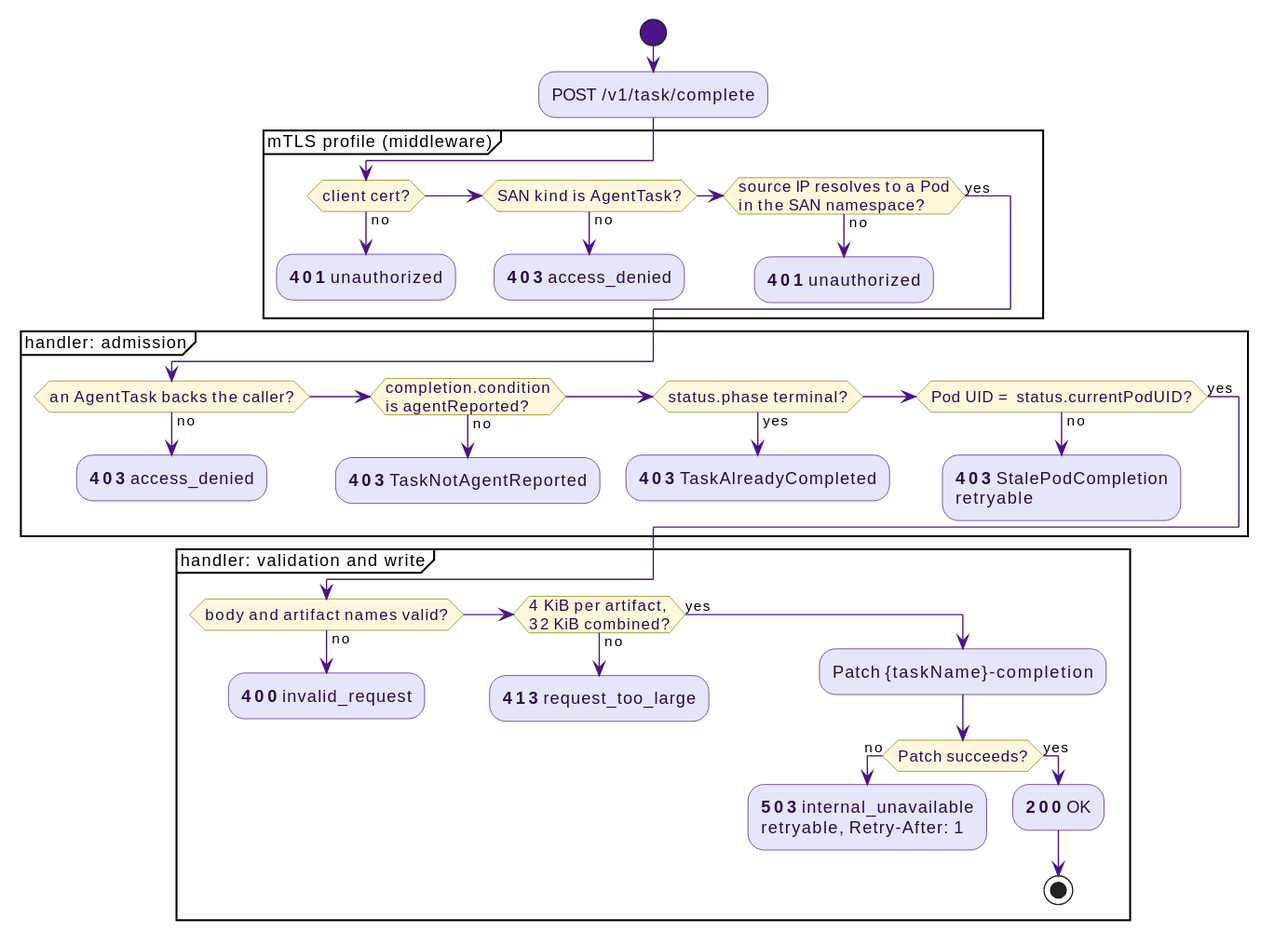
Before: docs/src/diagrams/task-completion-gates.svg, a diagram exported from PlantUML (win07xp/kaalm). The source it was exported from:
```plantuml
@startuml
!include _style.puml

start
:POST /v1/task/complete;

partition "mTLS profile (middleware)" {
  if (client cert?) then (no)
    :**401** unauthorized;
    kill
  elseif (SAN kind is AgentTask?) then (no)
    :**403** access_denied;
    kill
  elseif (source IP resolves to a Pod\nin the SAN namespace?) then (no)
    :**401** unauthorized;
    kill
  else (yes)
  endif
}

partition "handler: admission" {
  if (an AgentTask backs the caller?) then (no)
    :**403** access_denied;
    kill
  elseif (completion.condition\nis agentReported?) then (no)
    :**403** TaskNotAgentReported;
    kill
  elseif (status.phase terminal?) then (yes)
    :**403** TaskAlreadyCompleted;
    kill
  elseif (Pod UID = status.currentPodUID?) then (no)
    :**403** StalePodCompletion\nretryable;
    kill
  else (yes)
  endif
}

partition "handler: validation and write" {
  if (body and artifact names valid?) then (no)
    :**400** invalid_request;
    kill
  elseif (4 KiB per artifact,\n32 KiB combined?) then (no)
    :**413** request_too_large;
    kill
  else (yes)
    :Patch {taskName}-completion;
    if (Patch succeeds?) then (no)
      :**503** internal_unavailable\nretryable, Retry-After: 1;
      kill
    else (yes)
      :**200** OK;
      stop
    endif
  endif
}
@enduml
```
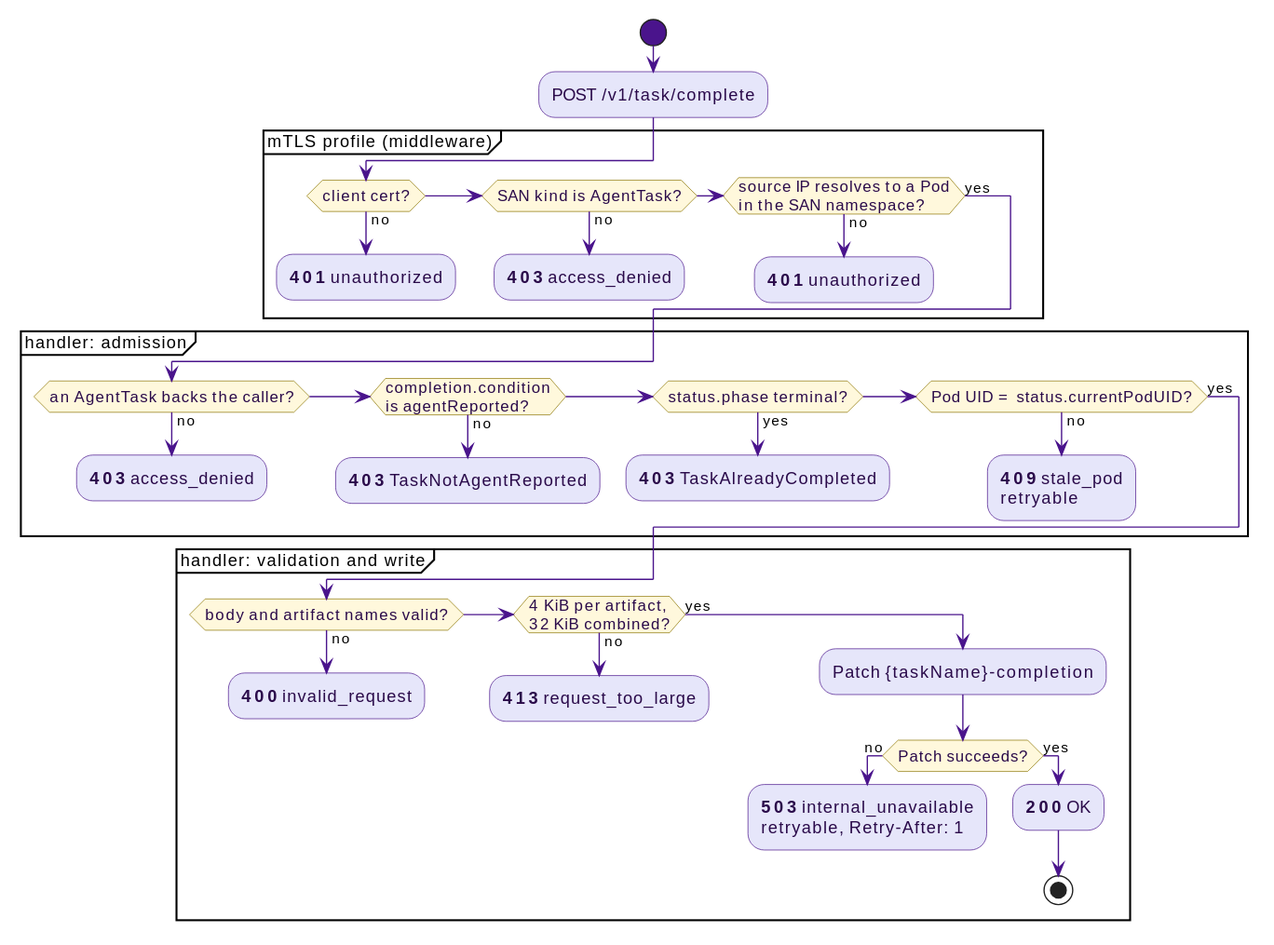
Later version of the same file.

Diff of the diagram source:
```diff
@@ -29,7 +29,7 @@
     :**403** TaskAlreadyCompleted;
     kill
   elseif (Pod UID = status.currentPodUID?) then (no)
-    :**403** StalePodCompletion\nretryable;
+    :**409** stale_pod\nretryable;
     kill
   else (yes)
   endif
```
